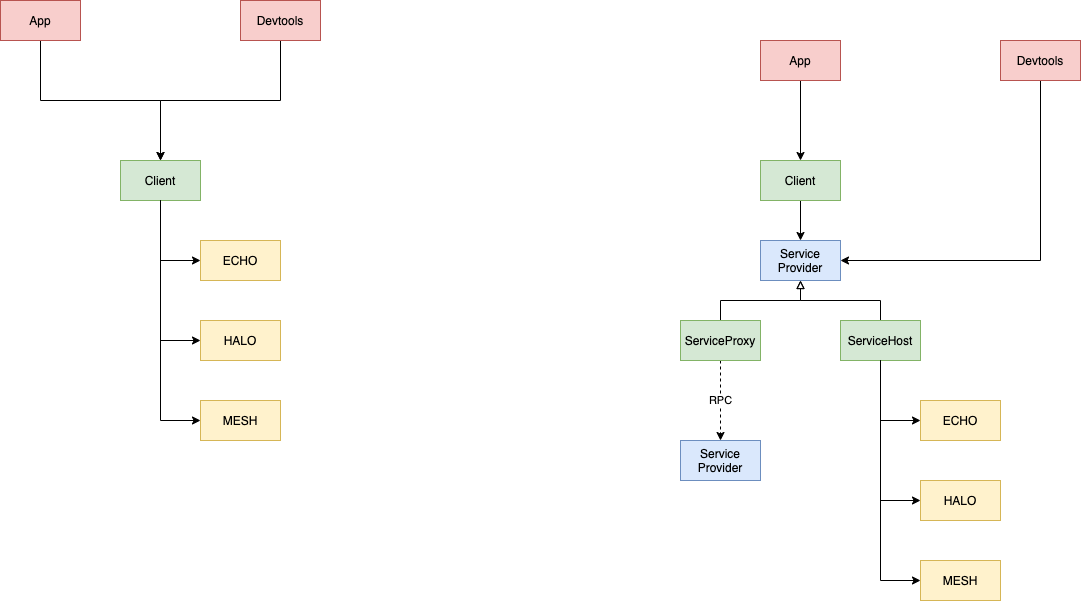
Above: docs/_archive/diagrams/client-services.png in dxos/dxos (draw.io), before the change. Source tidied: cells renumbered, new cells last; positions are measured from the earlier drawing's top-left corner, leaving out a move shared by most shapes.
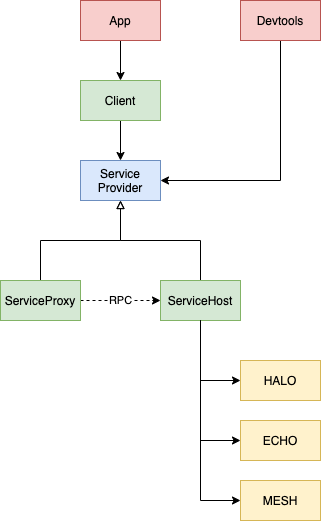
After the commit.

Change to the diagram source:
```diff
@@ -2,105 +2,64 @@
   <root>
     <mxCell id="0" />
     <mxCell id="1" parent="0" />
-    <mxCell id="2" value="Service&lt;br&gt;Provider" style="rounded=0;whiteSpace=wrap;html=1;fillColor=#dae8fc;strokeColor=#6c8ebf;" parent="1" vertex="1">
-      <mxGeometry x="760" y="240" width="80" height="40" as="geometry" />
+    <mxCell id="2" value="Service&lt;br&gt;Provider" style="rounded=0;whiteSpace=wrap;html=1;fillColor=#dae8fc;strokeColor=#6c8ebf;fontColor=default;" parent="1" vertex="1">
+      <mxGeometry x="600" y="480" width="80" height="40" as="geometry" />
     </mxCell>
-    <mxCell id="3" style="edgeStyle=orthogonalEdgeStyle;rounded=0;jettySize=auto;html=1;exitX=0.5;exitY=1;exitDx=0;exitDy=0;entryX=0.5;entryY=0;entryDx=0;entryDy=0;" parent="1" edge="1" source="4" target="2">
+    <mxCell id="3" style="edgeStyle=orthogonalEdgeStyle;rounded=0;jettySize=auto;html=1;exitX=0.5;exitY=1;exitDx=0;exitDy=0;entryX=0.5;entryY=0;entryDx=0;entryDy=0;fontColor=default;" parent="1" edge="1" source="4" target="2">
       <mxGeometry relative="1" as="geometry" />
     </mxCell>
-    <mxCell id="4" value="Client" style="rounded=0;whiteSpace=wrap;html=1;fillColor=#d5e8d4;strokeColor=#82b366;" parent="1" vertex="1">
-      <mxGeometry x="760" y="160" width="80" height="40" as="geometry" />
+    <mxCell id="4" value="Client" style="rounded=0;whiteSpace=wrap;html=1;fillColor=#d5e8d4;strokeColor=#82b366;fontColor=default;" parent="1" vertex="1">
+      <mxGeometry x="600" y="400" width="80" height="40" as="geometry" />
     </mxCell>
-    <mxCell id="5" style="edgeStyle=orthogonalEdgeStyle;rounded=0;jettySize=auto;html=1;exitX=0.5;exitY=0;exitDx=0;exitDy=0;entryX=0.5;entryY=1;entryDx=0;entryDy=0;endArrow=block;endFill=0;" parent="1" edge="1" source="6" target="2">
+    <mxCell id="5" style="edgeStyle=orthogonalEdgeStyle;rounded=0;jettySize=auto;html=1;exitX=0.5;exitY=0;exitDx=0;exitDy=0;entryX=0.5;entryY=1;entryDx=0;entryDy=0;endArrow=block;endFill=0;fontColor=default;" parent="1" edge="1" source="6" target="2">
       <mxGeometry relative="1" as="geometry" />
     </mxCell>
-    <mxCell id="6" value="ServiceHost" style="rounded=0;whiteSpace=wrap;html=1;fillColor=#d5e8d4;strokeColor=#82b366;" parent="1" vertex="1">
-      <mxGeometry x="840" y="320" width="80" height="40" as="geometry" />
+    <mxCell id="6" value="ServiceHost" style="rounded=0;whiteSpace=wrap;html=1;fillColor=#d5e8d4;strokeColor=#82b366;fontColor=default;" parent="1" vertex="1">
+      <mxGeometry x="680" y="600" width="80" height="40" as="geometry" />
     </mxCell>
-    <mxCell id="7" style="edgeStyle=orthogonalEdgeStyle;rounded=0;jettySize=auto;html=1;exitX=0;exitY=0.5;exitDx=0;exitDy=0;entryX=0;entryY=0.5;entryDx=0;entryDy=0;" parent="1" edge="1" target="8">
+    <mxCell id="7" style="edgeStyle=orthogonalEdgeStyle;rounded=0;jettySize=auto;html=1;exitX=0;exitY=0.5;exitDx=0;exitDy=0;entryX=0;entryY=0.5;entryDx=0;entryDy=0;fontColor=default;strokeColor=default;labelBackgroundColor=default;" parent="1" edge="1" target="8">
       <mxGeometry relative="1" as="geometry">
-        <mxPoint x="880" y="360" as="sourcePoint" />
+        <mxPoint x="720" y="640" as="sourcePoint" />
         <Array as="points">
-          <mxPoint x="880" y="500" />
+          <mxPoint x="720" y="760" />
         </Array>
       </mxGeometry>
     </mxCell>
-    <mxCell id="8" value="HALO" style="rounded=0;whiteSpace=wrap;html=1;fillColor=#fff2cc;strokeColor=#d6b656;" parent="1" vertex="1">
-      <mxGeometry x="920" y="480" width="80" height="40" as="geometry" />
+    <mxCell id="8" value="ECHO" style="rounded=0;whiteSpace=wrap;html=1;fillColor=#fff2cc;strokeColor=#d6b656;fontColor=default;" parent="1" vertex="1">
+      <mxGeometry x="760" y="740" width="80" height="40" as="geometry" />
     </mxCell>
-    <mxCell id="9" style="edgeStyle=orthogonalEdgeStyle;rounded=0;jettySize=auto;html=1;entryX=0;entryY=0.5;entryDx=0;entryDy=0;" parent="1" edge="1" source="6" target="10">
+    <mxCell id="9" style="edgeStyle=orthogonalEdgeStyle;rounded=0;jettySize=auto;html=1;entryX=0;entryY=0.5;entryDx=0;entryDy=0;fontColor=default;" parent="1" edge="1" source="6" target="10">
       <mxGeometry relative="1" as="geometry" />
     </mxCell>
-    <mxCell id="10" value="ECHO" style="rounded=0;whiteSpace=wrap;html=1;fillColor=#fff2cc;strokeColor=#d6b656;" parent="1" vertex="1">
-      <mxGeometry x="920" y="400" width="80" height="40" as="geometry" />
+    <mxCell id="10" value="HALO" style="rounded=0;whiteSpace=wrap;html=1;fillColor=#fff2cc;strokeColor=#d6b656;fontColor=default;" parent="1" vertex="1">
+      <mxGeometry x="760" y="680" width="80" height="40" as="geometry" />
     </mxCell>
-    <mxCell id="11" style="edgeStyle=orthogonalEdgeStyle;rounded=0;jettySize=auto;html=1;exitX=0.5;exitY=1;exitDx=0;exitDy=0;entryX=0;entryY=0.5;entryDx=0;entryDy=0;" parent="1" edge="1" source="6" target="12">
+    <mxCell id="11" style="edgeStyle=orthogonalEdgeStyle;rounded=0;jettySize=auto;html=1;exitX=0.5;exitY=1;exitDx=0;exitDy=0;entryX=0;entryY=0.5;entryDx=0;entryDy=0;fontColor=default;" parent="1" edge="1" source="6" target="12">
       <mxGeometry relative="1" as="geometry" />
     </mxCell>
-    <mxCell id="12" value="MESH" style="rounded=0;whiteSpace=wrap;html=1;fillColor=#fff2cc;strokeColor=#d6b656;" parent="1" vertex="1">
-      <mxGeometry x="920" y="560" width="80" height="40" as="geometry" />
+    <mxCell id="12" value="MESH" style="rounded=0;whiteSpace=wrap;html=1;fillColor=#fff2cc;strokeColor=#d6b656;fontColor=default;" parent="1" vertex="1">
+      <mxGeometry x="760" y="800" width="80" height="40" as="geometry" />
     </mxCell>
-    <mxCell id="13" style="edgeStyle=orthogonalEdgeStyle;rounded=0;jettySize=auto;html=1;exitX=0.5;exitY=0;exitDx=0;exitDy=0;endArrow=block;endFill=0;" parent="1" edge="1" source="15" target="2">
+    <mxCell id="13" style="edgeStyle=orthogonalEdgeStyle;rounded=0;jettySize=auto;html=1;exitX=0.5;exitY=0;exitDx=0;exitDy=0;endArrow=block;endFill=0;fontColor=default;" parent="1" edge="1" source="15" target="2">
       <mxGeometry relative="1" as="geometry" />
     </mxCell>
-    <mxCell id="14" value="RPC" style="edgeStyle=orthogonalEdgeStyle;rounded=0;jettySize=auto;html=1;exitX=0.5;exitY=1;exitDx=0;exitDy=0;dashed=1;" parent="1" edge="1" source="15" target="31">
+    <mxCell id="14" value="RPC" style="edgeStyle=orthogonalEdgeStyle;rounded=0;jettySize=auto;html=1;exitX=1;exitY=0.5;exitDx=0;exitDy=0;dashed=1;fontColor=default;entryX=0;entryY=0.5;entryDx=0;entryDy=0;strokeColor=default;labelBackgroundColor=default;" parent="1" edge="1" source="15" target="6">
       <mxGeometry relative="1" as="geometry" />
     </mxCell>
-    <mxCell id="15" value="ServiceProxy" style="rounded=0;whiteSpace=wrap;html=1;fillColor=#d5e8d4;strokeColor=#82b366;" parent="1" vertex="1">
-      <mxGeometry x="680" y="320" width="80" height="40" as="geometry" />
+    <mxCell id="15" value="ServiceProxy" style="rounded=0;whiteSpace=wrap;html=1;fillColor=#d5e8d4;strokeColor=#82b366;fontColor=default;" parent="1" vertex="1">
+      <mxGeometry x="520" y="600" width="80" height="40" as="geometry" />
     </mxCell>
-    <mxCell id="16" value="Client" style="rounded=0;whiteSpace=wrap;html=1;fillColor=#d5e8d4;strokeColor=#82b366;" parent="1" vertex="1">
-      <mxGeometry x="120" y="160" width="80" height="40" as="geometry" />
-    </mxCell>
-    <mxCell id="17" style="edgeStyle=orthogonalEdgeStyle;rounded=0;jettySize=auto;html=1;exitX=0;exitY=0.5;exitDx=0;exitDy=0;entryX=0;entryY=0.5;entryDx=0;entryDy=0;" parent="1" edge="1" target="18">
-      <mxGeometry relative="1" as="geometry">
-        <mxPoint x="160" y="200" as="sourcePoint" />
-        <Array as="points">
-          <mxPoint x="160" y="340" />
-        </Array>
-      </mxGeometry>
-    </mxCell>
-    <mxCell id="18" value="HALO" style="rounded=0;whiteSpace=wrap;html=1;fillColor=#fff2cc;strokeColor=#d6b656;" parent="1" vertex="1">
-      <mxGeometry x="200" y="320" width="80" height="40" as="geometry" />
-    </mxCell>
-    <mxCell id="19" style="edgeStyle=orthogonalEdgeStyle;rounded=0;jettySize=auto;html=1;entryX=0;entryY=0.5;entryDx=0;entryDy=0;" parent="1" edge="1" source="16" target="20">
-      <mxGeometry relative="1" as="geometry" />
-    </mxCell>
-    <mxCell id="20" value="ECHO" style="rounded=0;whiteSpace=wrap;html=1;fillColor=#fff2cc;strokeColor=#d6b656;" parent="1" vertex="1">
-      <mxGeometry x="200" y="240" width="80" height="40" as="geometry" />
-    </mxCell>
-    <mxCell id="21" style="edgeStyle=orthogonalEdgeStyle;rounded=0;jettySize=auto;html=1;exitX=0.5;exitY=1;exitDx=0;exitDy=0;entryX=0;entryY=0.5;entryDx=0;entryDy=0;" parent="1" edge="1" source="16" target="22">
-      <mxGeometry relative="1" as="geometry" />
-    </mxCell>
-    <mxCell id="22" value="MESH" style="rounded=0;whiteSpace=wrap;html=1;fillColor=#fff2cc;strokeColor=#d6b656;" parent="1" vertex="1">
-      <mxGeometry x="200" y="400" width="80" height="40" as="geometry" />
-    </mxCell>
-    <mxCell id="23" style="edgeStyle=orthogonalEdgeStyle;rounded=0;jettySize=auto;html=1;exitX=0.5;exitY=1;exitDx=0;exitDy=0;endArrow=classic;endFill=1;" parent="1" edge="1" source="24" target="16">
-      <mxGeometry relative="1" as="geometry" />
-    </mxCell>
-    <mxCell id="24" value="App" style="rounded=0;whiteSpace=wrap;html=1;fillColor=#f8cecc;strokeColor=#b85450;" parent="1" vertex="1">
-      <mxGeometry width="80" height="40" as="geometry" />
-    </mxCell>
-    <mxCell id="25" style="edgeStyle=orthogonalEdgeStyle;rounded=0;jettySize=auto;html=1;exitX=0.5;exitY=1;exitDx=0;exitDy=0;entryX=0.5;entryY=0;entryDx=0;entryDy=0;endArrow=classic;endFill=1;" parent="1" edge="1" source="26" target="16">
-      <mxGeometry relative="1" as="geometry" />
-    </mxCell>
-    <mxCell id="26" value="Devtools" style="rounded=0;whiteSpace=wrap;html=1;fillColor=#f8cecc;strokeColor=#b85450;" parent="1" vertex="1">
-      <mxGeometry x="240" width="80" height="40" as="geometry" />
-    </mxCell>
-    <mxCell id="27" style="edgeStyle=orthogonalEdgeStyle;rounded=0;jettySize=auto;html=1;exitX=0.5;exitY=1;exitDx=0;exitDy=0;endArrow=classic;endFill=1;" parent="1" edge="1" source="28" target="4">
+    <mxCell id="27" style="edgeStyle=orthogonalEdgeStyle;rounded=0;jettySize=auto;html=1;exitX=0.5;exitY=1;exitDx=0;exitDy=0;endArrow=classic;endFill=1;fontColor=default;" parent="1" edge="1" source="28" target="4">
       <mxGeometry relative="1" as="geometry" />
     </mxCell>
-    <mxCell id="28" value="App" style="rounded=0;whiteSpace=wrap;html=1;fillColor=#f8cecc;strokeColor=#b85450;" parent="1" vertex="1">
-      <mxGeometry x="760" y="40" width="80" height="40" as="geometry" />
+    <mxCell id="28" value="App" style="rounded=0;whiteSpace=wrap;html=1;fillColor=#f8cecc;strokeColor=#b85450;fontColor=default;" parent="1" vertex="1">
+      <mxGeometry x="600" y="320" width="80" height="40" as="geometry" />
     </mxCell>
-    <mxCell id="29" style="edgeStyle=orthogonalEdgeStyle;rounded=0;jettySize=auto;html=1;exitX=0.5;exitY=1;exitDx=0;exitDy=0;entryX=1;entryY=0.5;entryDx=0;entryDy=0;endArrow=classic;endFill=1;" parent="1" edge="1" source="30" target="2">
+    <mxCell id="29" style="edgeStyle=orthogonalEdgeStyle;rounded=0;jettySize=auto;html=1;exitX=0.5;exitY=1;exitDx=0;exitDy=0;entryX=1;entryY=0.5;entryDx=0;entryDy=0;endArrow=classic;endFill=1;fontColor=default;" parent="1" edge="1" source="30" target="2">
       <mxGeometry relative="1" as="geometry" />
     </mxCell>
-    <mxCell id="30" value="Devtools" style="rounded=0;whiteSpace=wrap;html=1;fillColor=#f8cecc;strokeColor=#b85450;" parent="1" vertex="1">
-      <mxGeometry x="1000" y="40" width="80" height="40" as="geometry" />
+    <mxCell id="30" value="Devtools" style="rounded=0;whiteSpace=wrap;html=1;fillColor=#f8cecc;strokeColor=#b85450;fontColor=default;" parent="1" vertex="1">
+      <mxGeometry x="760" y="320" width="80" height="40" as="geometry" />
     </mxCell>
-    <mxCell id="31" value="Service&lt;br&gt;Provider" style="rounded=0;whiteSpace=wrap;html=1;fillColor=#dae8fc;strokeColor=#6c8ebf;" parent="1" vertex="1">
-      <mxGeometry x="680" y="440" width="80" height="40" as="geometry" />
-    </mxCell>
   </root>
 </mxGraphModel>
```
